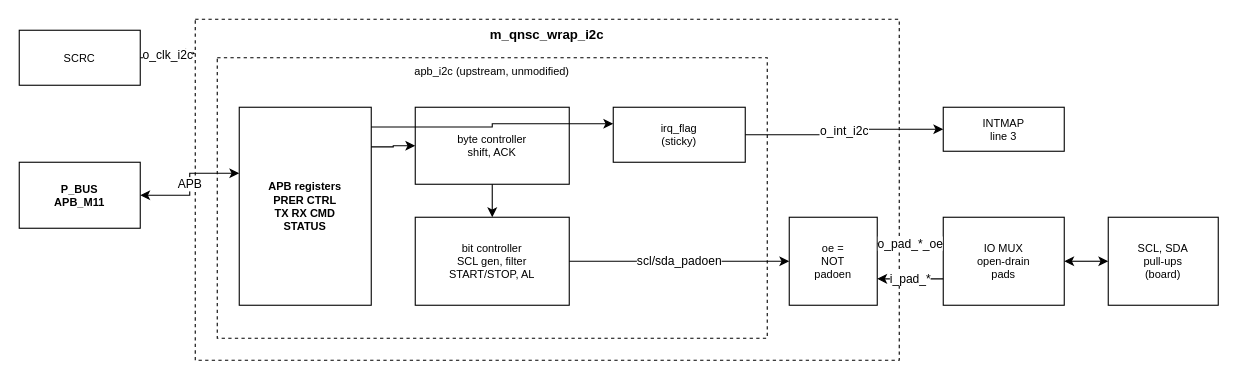
This is doc/figures/drawio/QNSC_I2C.drawio from quynhonsemiconductor/vlsi_deep_training, a draw.io file, before an edit. Source tidied: cells renumbered, new cells numbered last; positions are measured from the earlier drawing's top-left corner, leaving out a move shared by most shapes. Both pictures are drawn from the tidied source at 110%, with x=0, y=0 at pixel (19, 19).
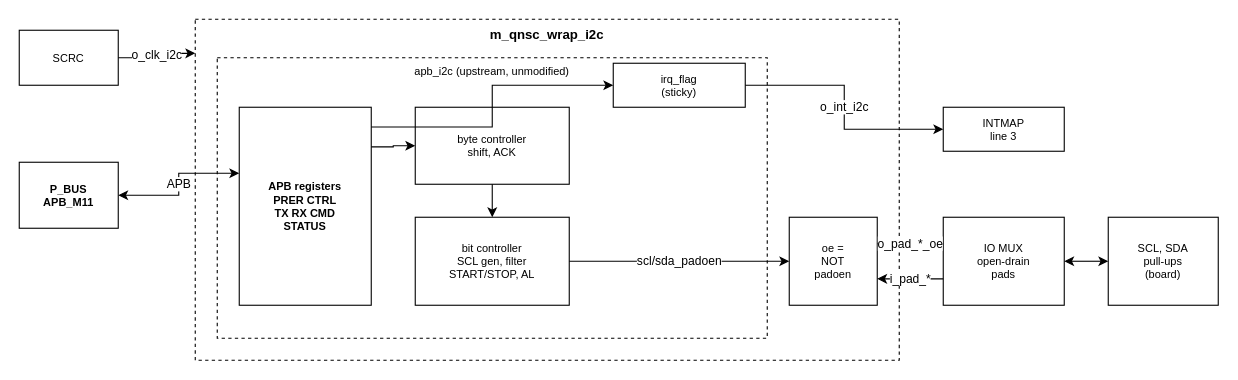
Above is the later version.

The change refers to these unchanged cells:
```xml
<mxCell id="6" value="APB registers&#10;PRER CTRL&#10;TX RX CMD&#10;STATUS" style="rounded=0;whiteSpace=wrap;html=1;fillColor=#ffffff;strokeColor=#000000;fontSize=10;dashed=0;fontStyle=1;verticalAlign=middle;" parent="1" vertex="1">
  <mxGeometry x="200" y="80" width="120" height="180" as="geometry" />
</mxCell>
```

Change to the diagram source:
```diff
@@
     <mxCell id="2" value="P_BUS&#10;APB_M11" style="rounded=0;whiteSpace=wrap;html=1;fillColor=#ffffff;strokeColor=#000000;fontSize=10;dashed=0;fontStyle=1;verticalAlign=middle;" parent="1" vertex="1">
-      <mxGeometry y="130" width="110" height="60" as="geometry" />
+      <mxGeometry y="130" width="90" height="60" as="geometry" />
     </mxCell>
     <mxCell id="3" value="SCRC" style="rounded=0;whiteSpace=wrap;html=1;fillColor=#ffffff;strokeColor=#000000;fontSize=10;dashed=0;verticalAlign=middle;" parent="1" vertex="1">
-      <mxGeometry y="10" width="110" height="50" as="geometry" />
+      <mxGeometry y="10" width="90" height="50" as="geometry" />
     </mxCell>
@@
     <mxCell id="9" value="irq_flag&#10;(sticky)" style="rounded=0;whiteSpace=wrap;html=1;fillColor=#ffffff;strokeColor=#000000;fontSize=10;dashed=0;verticalAlign=middle;" parent="1" vertex="1">
-      <mxGeometry x="540" y="80" width="120" height="50" as="geometry" />
+      <mxGeometry x="540" y="40" width="120" height="40" as="geometry" />
     </mxCell>
@@
-    <mxCell id="18" style="edgeStyle=orthogonalEdgeStyle;rounded=0;html=1;exitX=1.0;exitY=0.1;entryX=0.0;entryY=0.3;exitDx=0;exitDy=0;entryDx=0;entryDy=0;" parent="1" edge="1" source="6" target="9">
+    <mxCell id="18" style="edgeStyle=orthogonalEdgeStyle;rounded=0;html=1;exitX=1.0;exitY=0.1;entryX=0.0;entryY=0.5;exitDx=0;exitDy=0;entryDx=0;entryDy=0;" parent="1" edge="1" source="6" target="9">
       <mxGeometry relative="1" as="geometry" />
     </mxCell>
```
